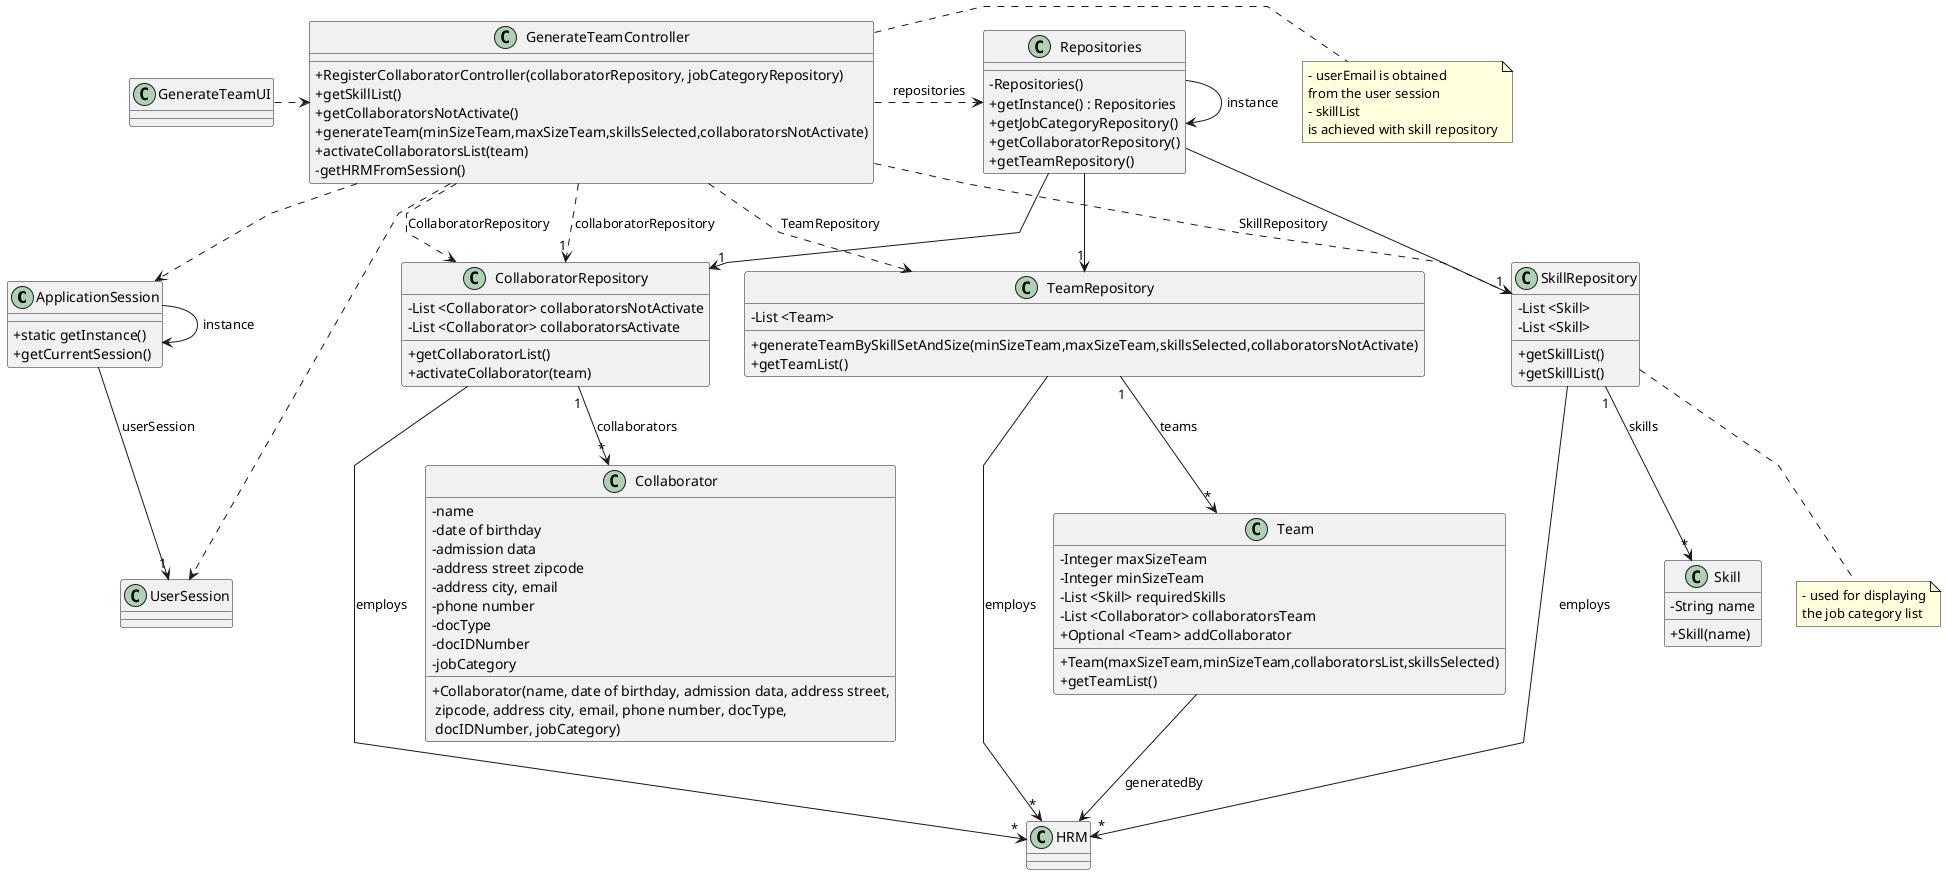
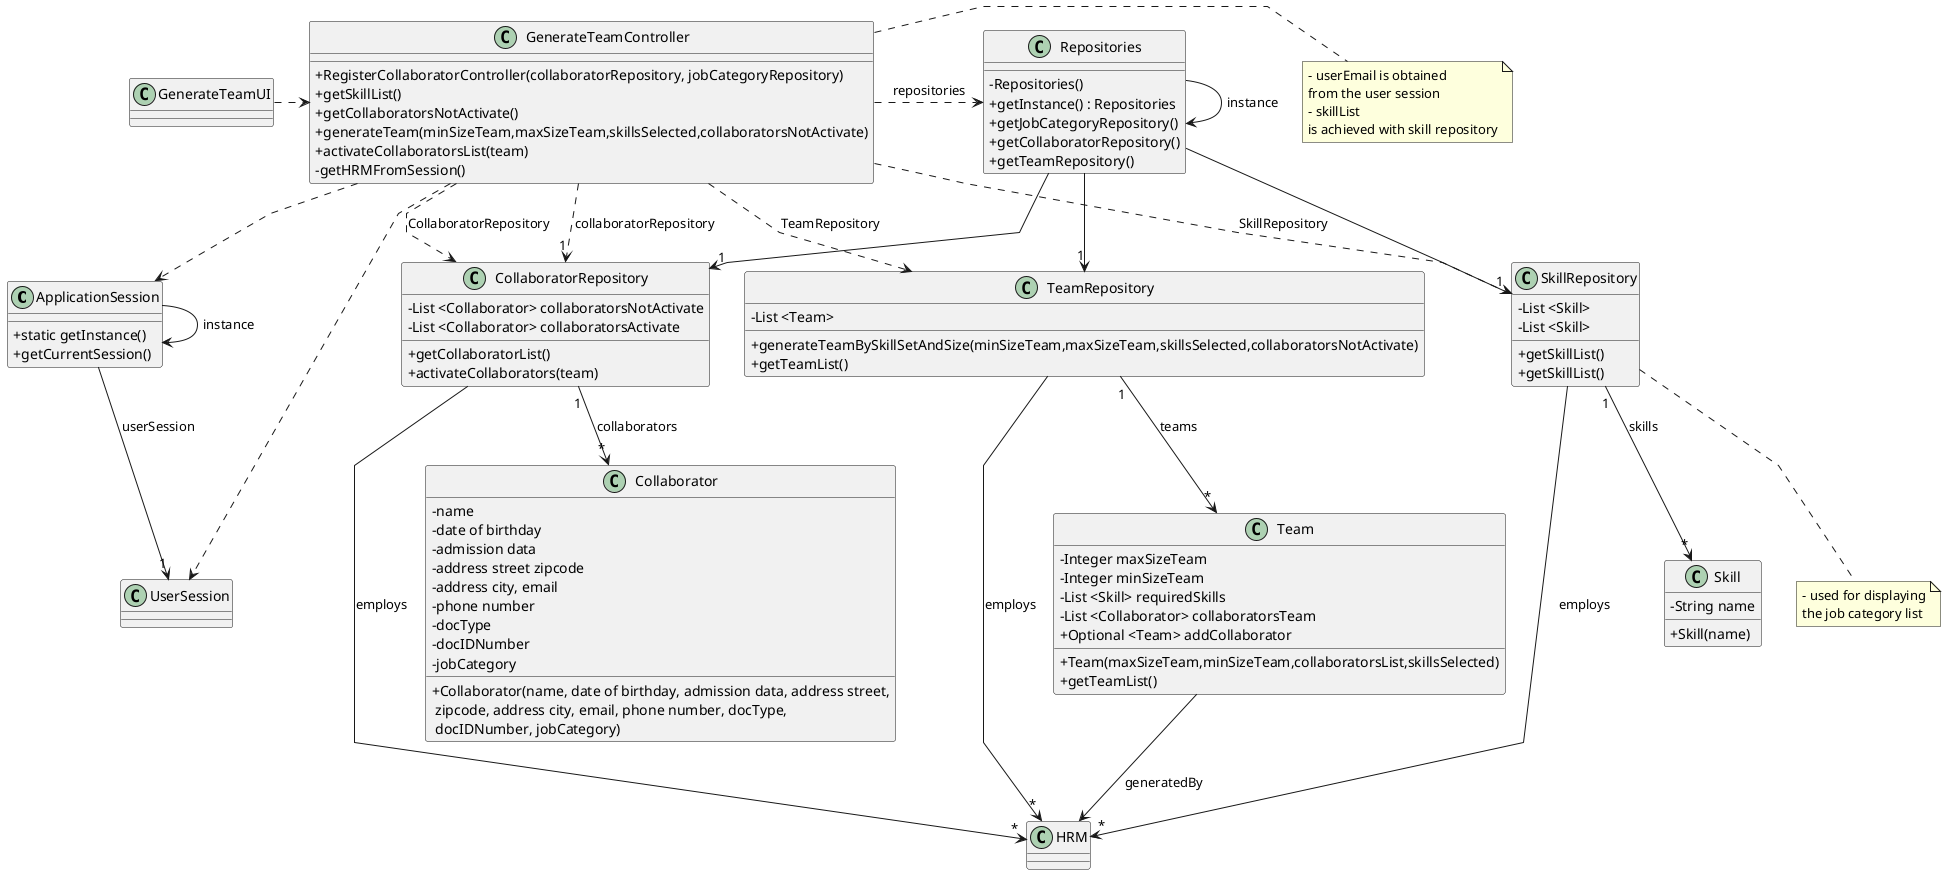
@startuml
'skinparam monochrome true
skinparam packageStyle rectangle
skinparam shadowing false
skinparam linetype polyline
'skinparam linetype orto

skinparam classAttributeIconSize 0

'left to right direction

class ApplicationSession{
    + static getInstance()
    + getCurrentSession()
}

class UserSession{
}

class HRM {
}

class Collaborator {
    - name
    - date of birthday
    - admission data
    - address street zipcode
    - address city, email
    - phone number
    - docType
    - docIDNumber
    - jobCategory

    + Collaborator(name, date of birthday, admission data, address street,\n zipcode, address city, email, phone number, docType,\n docIDNumber, jobCategory)
}

class Skill {
    - String name
    + Skill(name)
}

class CollaboratorRepository {
    - List <Collaborator> collaboratorsNotActivate
    - List <Collaborator> collaboratorsActivate
    + getCollaboratorList()
-     + activateCollaborator(team)
+     + activateCollaborators(team)
}

class TeamRepository {
    - List <Team>
    + generateTeamBySkillSetAndSize(minSizeTeam,maxSizeTeam,skillsSelected,collaboratorsNotActivate)
    + getTeamList()
}

class SkillRepository{
    - List <Skill>
    + getSkillList()
}

class Team{
    -Integer maxSizeTeam
    -Integer minSizeTeam
    -List <Skill> requiredSkills
    -List <Collaborator> collaboratorsTeam
    + Team(maxSizeTeam,minSizeTeam,collaboratorsList,skillsSelected)
    + getTeamList()
    + Optional <Team> addCollaborator
}


class Repositories {
    - Repositories()
    + getInstance() : Repositories
    + getJobCategoryRepository()
    + getCollaboratorRepository()
    + getTeamRepository()
}

class GenerateTeamController {
    + RegisterCollaboratorController(collaboratorRepository, jobCategoryRepository)
    + getSkillList()
    + getCollaboratorsNotActivate()
    + generateTeam(minSizeTeam,maxSizeTeam,skillsSelected,collaboratorsNotActivate)
    + activateCollaboratorsList(team)
    - getHRMFromSession()
}

class SkillRepository{
    - List <Skill>
    + getSkillList()
}

note right of GenerateTeamController
    - userEmail is obtained
    from the user session
    - skillList
    is achieved with skill repository
end note

note bottom of SkillRepository
    - used for displaying
    the job category list
end note

class GenerateTeamUI {
}

Repositories -> Repositories : instance
ApplicationSession -> ApplicationSession : instance

GenerateTeamUI .> GenerateTeamController

GenerateTeamController .> Repositories : repositories

Repositories --> "1" CollaboratorRepository
Repositories --> "1" SkillRepository
Repositories --> "1" TeamRepository

GenerateTeamController ..> CollaboratorRepository : CollaboratorRepository
GenerateTeamController ..> SkillRepository : SkillRepository
GenerateTeamController ..> TeamRepository : TeamRepository


GenerateTeamController ..> "1" CollaboratorRepository : collaboratorRepository
GenerateTeamController ..> ApplicationSession
GenerateTeamController ..> UserSession

CollaboratorRepository "1" --> "*" Collaborator : collaborators
TeamRepository "1" --> "*" Team : teams
SkillRepository "1" --> "*" Skill : skills

Team --> HRM : generatedBy

ApplicationSession --> "1" UserSession : userSession

TeamRepository --> "*" HRM : employs
SkillRepository --> "*" HRM : employs
CollaboratorRepository --> "*" HRM : employs


@enduml